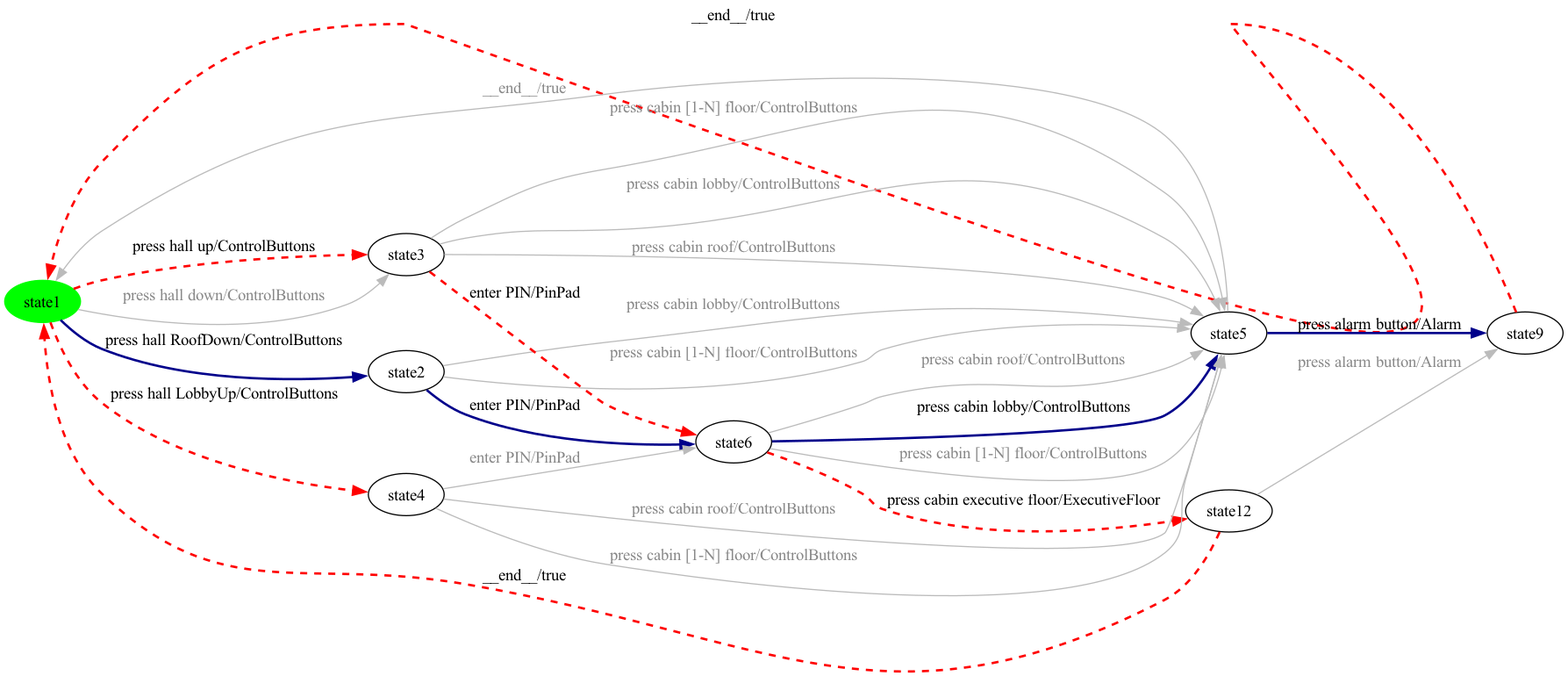
The Graphviz diagram milestone-reports/per-product-all-states/Elevator/Elevator-product12-walk.png in dilekozturk93/vibes, before a commit. Its source is kept beside it as milestone-reports/per-product-all-states/Elevator/Elevator-product12-walk.dot. Its diagram source:
```dot
digraph G {
rankdir=LR;
state0[ label = "state1", style=filled, color=green ];
state1 [ label = "state9" ];
state2 [ label = "state6" ];
state3 [ label = "state5" ];
state4 [ label = "state12" ];
state5 [ label = "state2" ];
state6 [ label = "state4" ];
state7 [ label = "state3" ];
state2 -> state3 [ label=" press cabin lobby/ControlButtons ", style=bold, color=darkblue, penwidth=2 ];
state2 -> state3 [ label=" press cabin [1-N] floor/ControlButtons ", color="#bbbbbb", fontcolor="#888888" ];
state2 -> state4 [ label=" press cabin executive floor/ExecutiveFloor ", style=dashed, color=red, penwidth=2 ];
state1 -> state0 [ label=" __end__/true ", style=dashed, color=red, penwidth=2 ];
state0 -> state5 [ label=" press hall RoofDown/ControlButtons ", style=bold, color=darkblue, penwidth=2 ];
state4 -> state1 [ label=" press alarm button/Alarm ", color="#bbbbbb", fontcolor="#888888" ];
state7 -> state2 [ label=" enter PIN/PinPad ", style=dashed, color=red, penwidth=2 ];
state0 -> state7 [ label=" press hall up/ControlButtons ", style=dashed, color=red, penwidth=2 ];
state6 -> state3 [ label=" press cabin roof/ControlButtons ", color="#bbbbbb", fontcolor="#888888" ];
state5 -> state3 [ label=" press cabin [1-N] floor/ControlButtons ", color="#bbbbbb", fontcolor="#888888" ];
state3 -> state1 [ label=" press alarm button/Alarm ", style=bold, color=darkblue, penwidth=2 ];
state6 -> state3 [ label=" press cabin [1-N] floor/ControlButtons ", color="#bbbbbb", fontcolor="#888888" ];
state2 -> state3 [ label=" press cabin roof/ControlButtons ", color="#bbbbbb", fontcolor="#888888" ];
state7 -> state3 [ label=" press cabin lobby/ControlButtons ", color="#bbbbbb", fontcolor="#888888" ];
state5 -> state2 [ label=" enter PIN/PinPad ", style=bold, color=darkblue, penwidth=2 ];
state6 -> state2 [ label=" enter PIN/PinPad ", color="#bbbbbb", fontcolor="#888888" ];
state4 -> state0 [ label=" __end__/true ", style=dashed, color=red, penwidth=2 ];
state7 -> state3 [ label=" press cabin roof/ControlButtons ", color="#bbbbbb", fontcolor="#888888" ];
state0 -> state7 [ label=" press hall down/ControlButtons ", color="#bbbbbb", fontcolor="#888888" ];
state5 -> state3 [ label=" press cabin lobby/ControlButtons ", color="#bbbbbb", fontcolor="#888888" ];
state0 -> state6 [ label=" press hall LobbyUp/ControlButtons ", style=dashed, color=red, penwidth=2 ];
state7 -> state3 [ label=" press cabin [1-N] floor/ControlButtons ", color="#bbbbbb", fontcolor="#888888" ];
state3 -> state0 [ label=" __end__/true ", color="#bbbbbb", fontcolor="#888888" ];
}
```
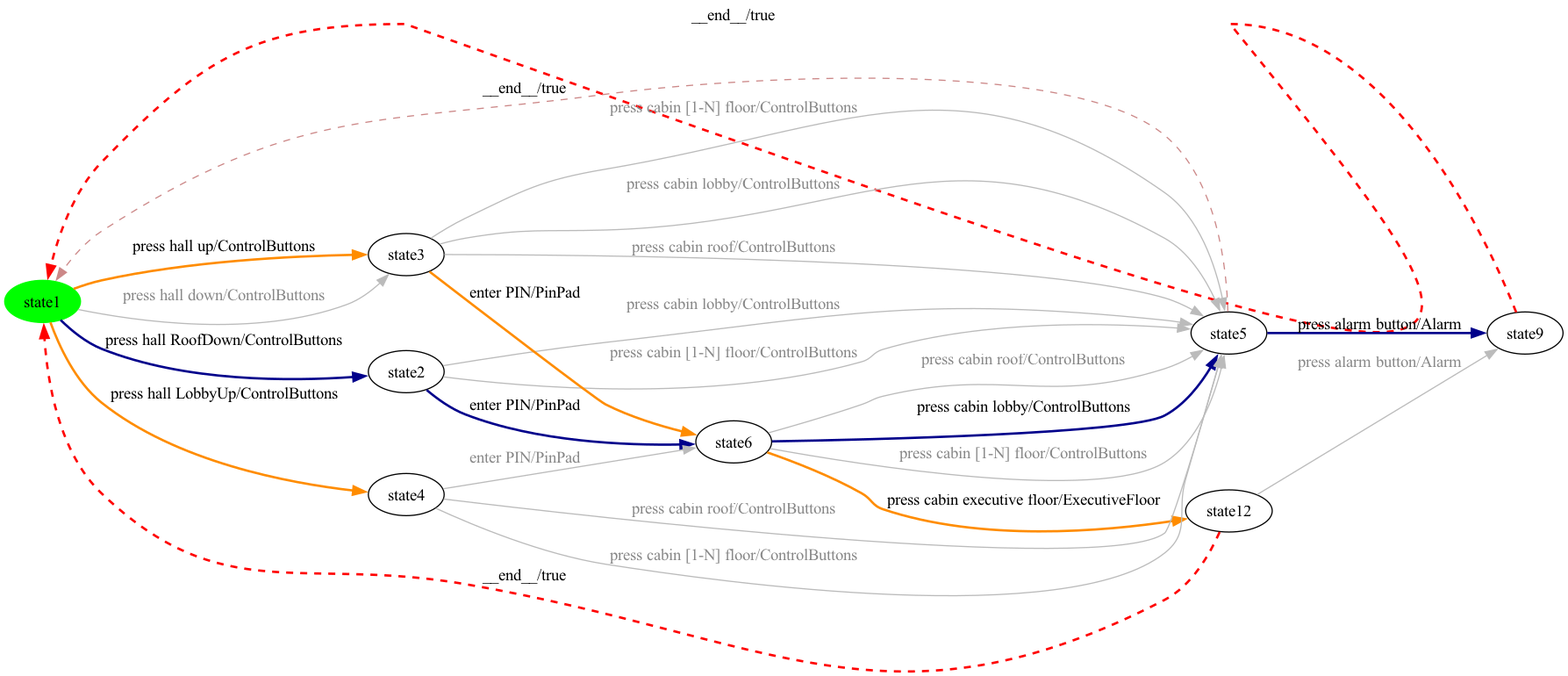
Later version of the same file.

Change to the diagram source:
```diff
@@ -10,12 +10,12 @@
 state7 [ label = "state3" ];
 state2 -> state3 [ label=" press cabin lobby/ControlButtons ", style=bold, color=darkblue, penwidth=2 ];
 state2 -> state3 [ label=" press cabin [1-N] floor/ControlButtons ", color="#bbbbbb", fontcolor="#888888" ];
-state2 -> state4 [ label=" press cabin executive floor/ExecutiveFloor ", style=dashed, color=red, penwidth=2 ];
+state2 -> state4 [ label=" press cabin executive floor/ExecutiveFloor ", style=bold, color=darkorange, penwidth=2 ];
 state1 -> state0 [ label=" __end__/true ", style=dashed, color=red, penwidth=2 ];
 state0 -> state5 [ label=" press hall RoofDown/ControlButtons ", style=bold, color=darkblue, penwidth=2 ];
 state4 -> state1 [ label=" press alarm button/Alarm ", color="#bbbbbb", fontcolor="#888888" ];
-state7 -> state2 [ label=" enter PIN/PinPad ", style=dashed, color=red, penwidth=2 ];
-state0 -> state7 [ label=" press hall up/ControlButtons ", style=dashed, color=red, penwidth=2 ];
+state7 -> state2 [ label=" enter PIN/PinPad ", style=bold, color=darkorange, penwidth=2 ];
+state0 -> state7 [ label=" press hall up/ControlButtons ", style=bold, color=darkorange, penwidth=2 ];
 state6 -> state3 [ label=" press cabin roof/ControlButtons ", color="#bbbbbb", fontcolor="#888888" ];
 state5 -> state3 [ label=" press cabin [1-N] floor/ControlButtons ", color="#bbbbbb", fontcolor="#888888" ];
 state3 -> state1 [ label=" press alarm button/Alarm ", style=bold, color=darkblue, penwidth=2 ];
@@ -28,7 +28,7 @@
 state7 -> state3 [ label=" press cabin roof/ControlButtons ", color="#bbbbbb", fontcolor="#888888" ];
 state0 -> state7 [ label=" press hall down/ControlButtons ", color="#bbbbbb", fontcolor="#888888" ];
 state5 -> state3 [ label=" press cabin lobby/ControlButtons ", color="#bbbbbb", fontcolor="#888888" ];
-state0 -> state6 [ label=" press hall LobbyUp/ControlButtons ", style=dashed, color=red, penwidth=2 ];
+state0 -> state6 [ label=" press hall LobbyUp/ControlButtons ", style=bold, color=darkorange, penwidth=2 ];
 state7 -> state3 [ label=" press cabin [1-N] floor/ControlButtons ", color="#bbbbbb", fontcolor="#888888" ];
-state3 -> state0 [ label=" __end__/true ", color="#bbbbbb", fontcolor="#888888" ];
+state3 -> state0 [ label=" __end__/true ", style=dashed, color="#cc8888" ];
 }
```
